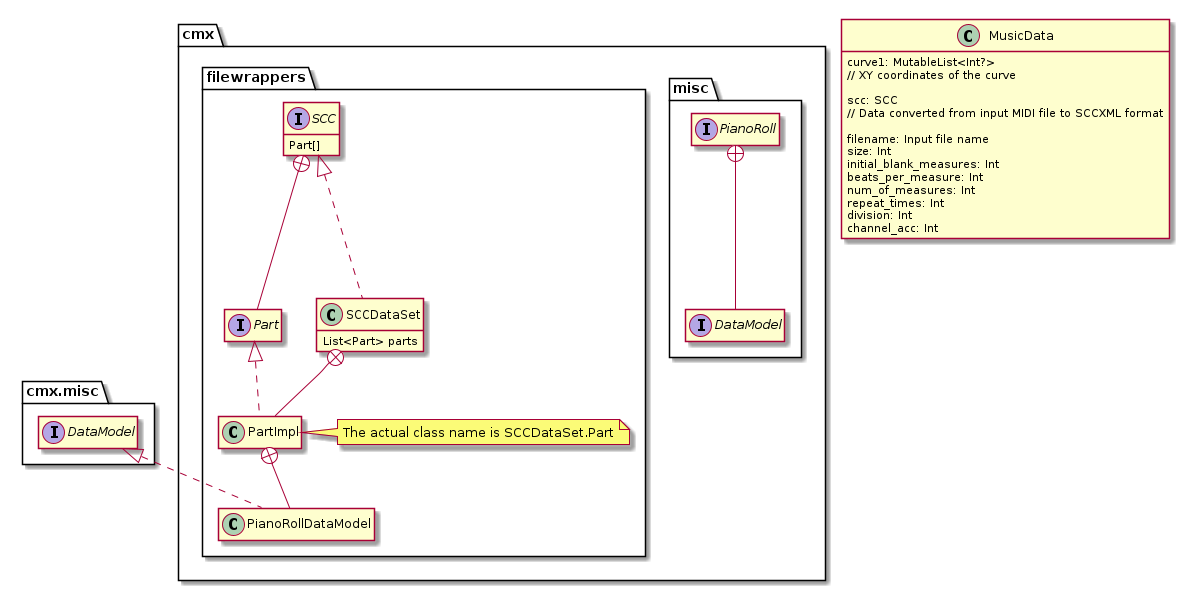
This is diagrams/test3.png from fujiij/plantuml, a PlantUML export, as it was before one commit.
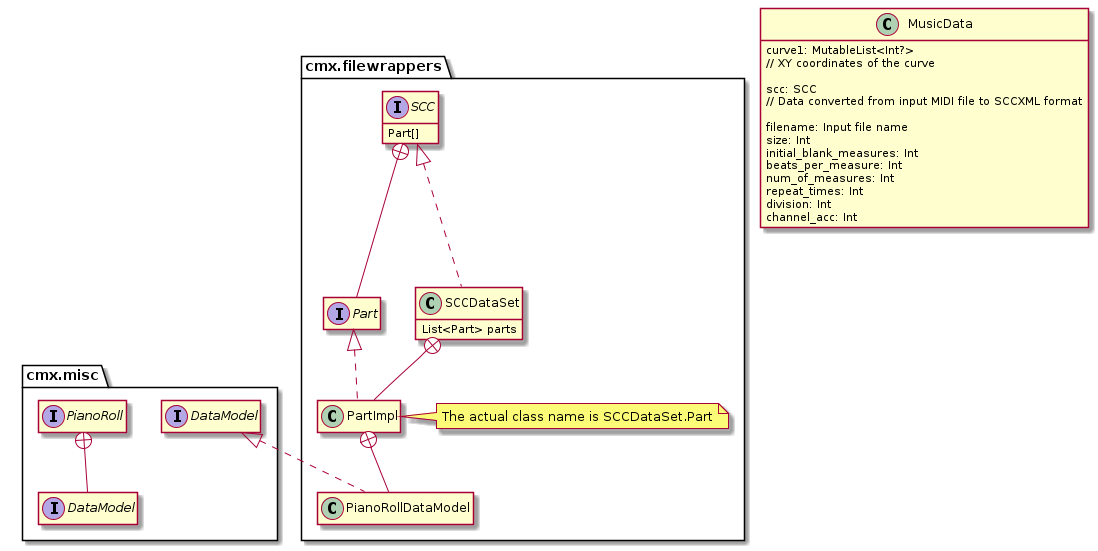
Above is the later version.

Commit message:
Auto-generate PlantUML diagrams

What changed in the source:
```diff
@@ -18,31 +18,29 @@
     channel_acc: Int
 }
 
-package "cmx" {
-    package "misc" {
-        interface PianoRoll {
-        }
-        interface DataModel
-        PianoRoll +-- DataModel
+package "cmx.misc" {
+    interface PianoRoll {
     }
-    package "filewrappers" {
-        interface SCC {
-            Part[]
-        }
-        interface Part
-        SCC +-- Part
-        class SCCDataSet implements SCC {
-            List<Part> parts
-        }
-        class PartImpl implements Part
-        SCCDataSet +-- PartImpl
-        note right of PartImpl
-            The actual class name is SCCDataSet.Part
-        end note
+    interface DataModel
+    PianoRoll +-- DataModel
+}
+package "cmx.filewrappers" {
+    interface SCC {
+        Part[]
+    }
+    interface Part
+    SCC +-- Part
+    class SCCDataSet implements SCC {
+        List<Part> parts
+    }
+    class PartImpl implements Part
+    SCCDataSet +-- PartImpl
+    note right of PartImpl
+        The actual class name is SCCDataSet.Part
+    end note
 
-        class PianoRollDataModel implements cmx.misc.DataModel
-        PartImpl +-- PianoRollDataModel
-    }
+    class PianoRollDataModel implements cmx.misc.DataModel
+    PartImpl +-- PianoRollDataModel
 }
 
 @enduml
```
